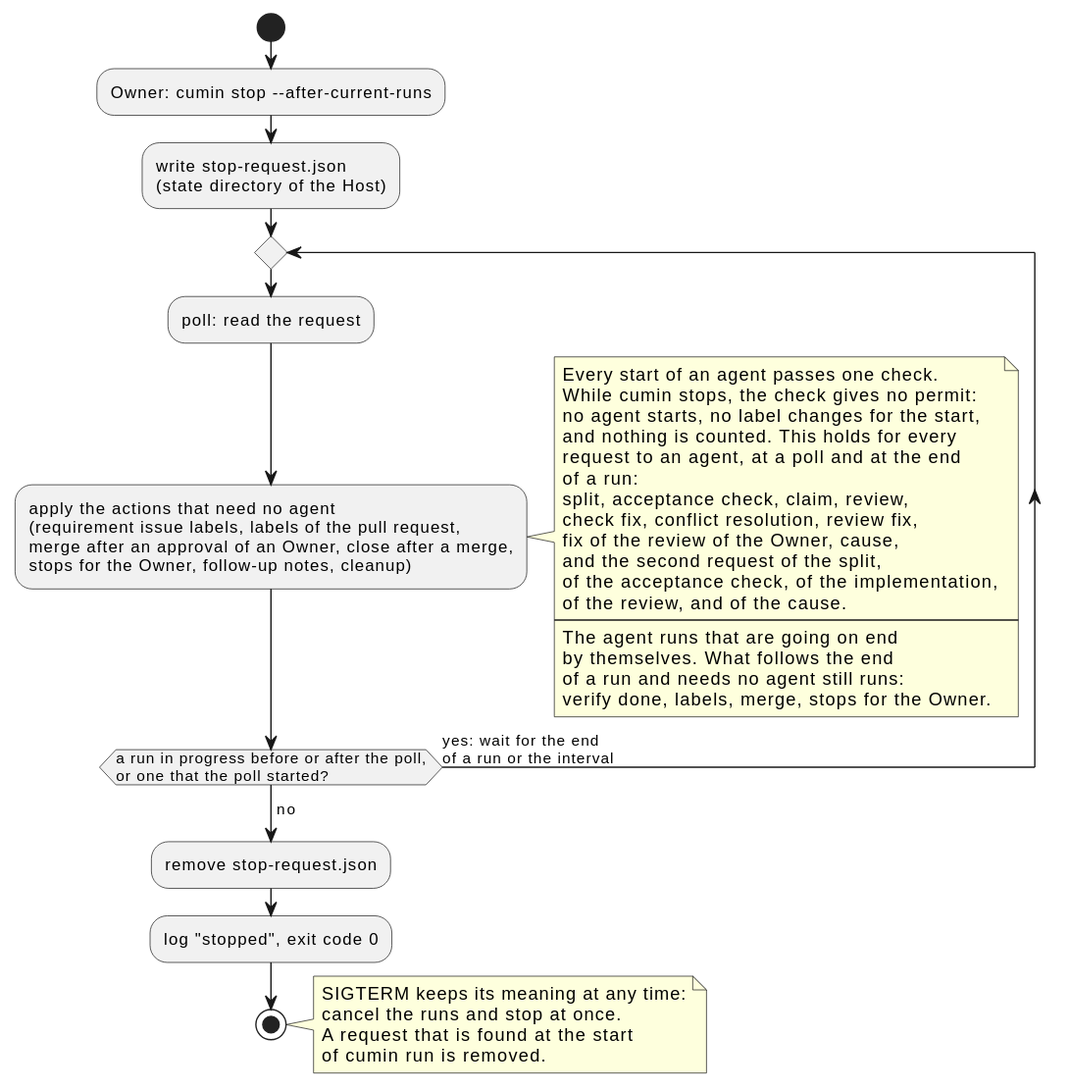
Earlier version of the PlantUML export docs/ja/designs/cumin-stop-after-runs.svg (cloveclovedev/cumin-works).
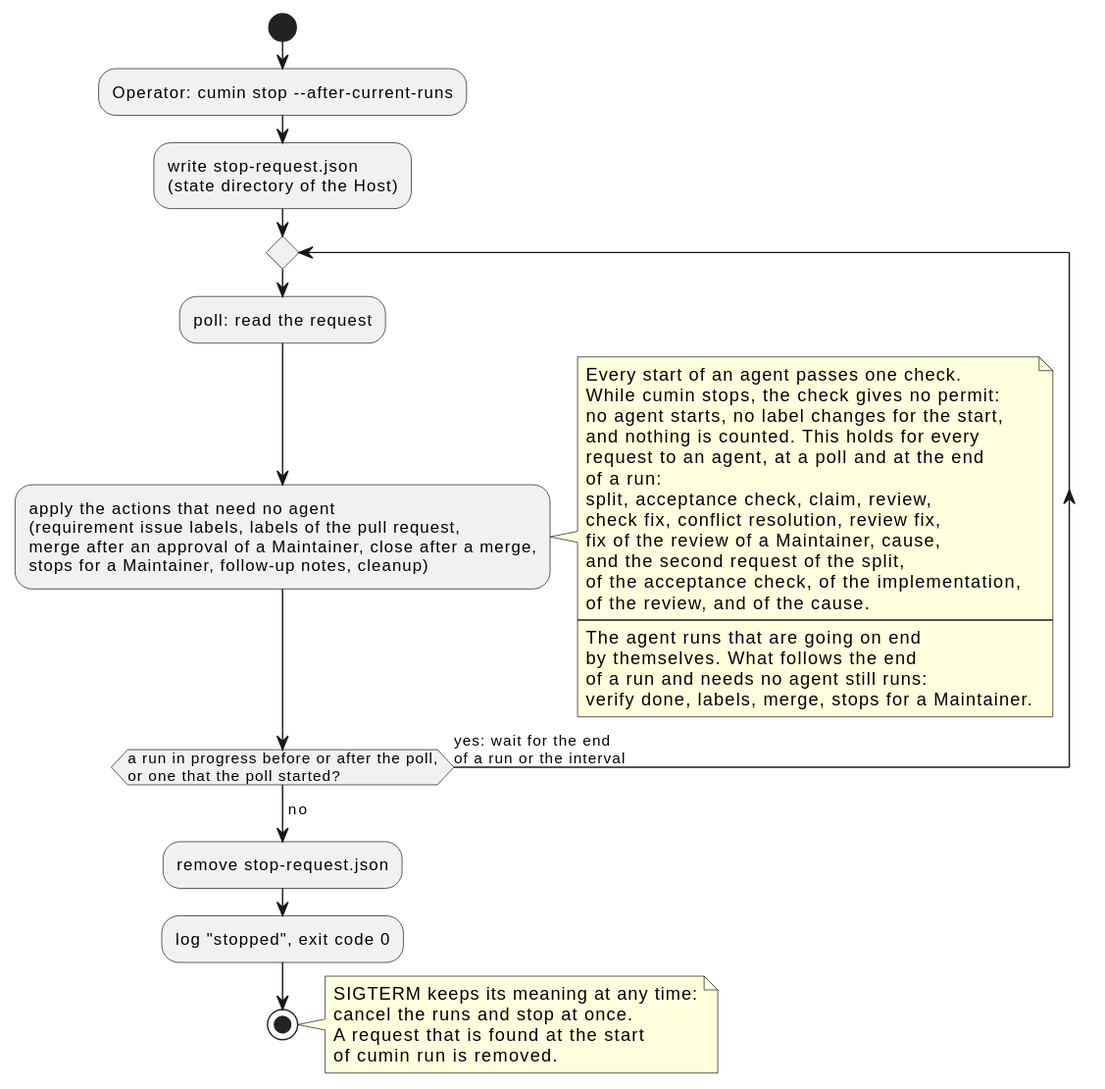
The same file after the commit.

Change to the diagram source:
```diff
@@ -3,15 +3,15 @@
 skinparam defaultFontName sans-serif
 
 start
-:Owner: cumin stop --after-current-runs;
+:Operator: cumin stop --after-current-runs;
 :write stop-request.json
 (state directory of the Host);
 repeat
   :poll: read the request;
   :apply the actions that need no agent
   (requirement issue labels, labels of the pull request,
-  merge after an approval of an Owner, close after a merge,
-  stops for the Owner, follow-up notes, cleanup);
+  merge after an approval of a Maintainer, close after a merge,
+  stops for a Maintainer, follow-up notes, cleanup);
   note right
     Every start of an agent passes one check.
     While cumin stops, the check gives no permit:
@@ -21,7 +21,7 @@
     of a run:
     split, acceptance check, claim, review,
     check fix, conflict resolution, review fix,
-    fix of the review of the Owner, cause,
+    fix of the review of a Maintainer, cause,
     and the second request of the split,
     of the acceptance check, of the implementation,
     of the review, and of the cause.
@@ -29,7 +29,7 @@
     The agent runs that are going on end
     by themselves. What follows the end
     of a run and needs no agent still runs:
-    verify done, labels, merge, stops for the Owner.
+    verify done, labels, merge, stops for a Maintainer.
   end note
 repeat while (a run in progress before or after the poll,\nor one that the poll started?) is (yes: wait for the end\nof a run or the interval)
 ->no;
```
